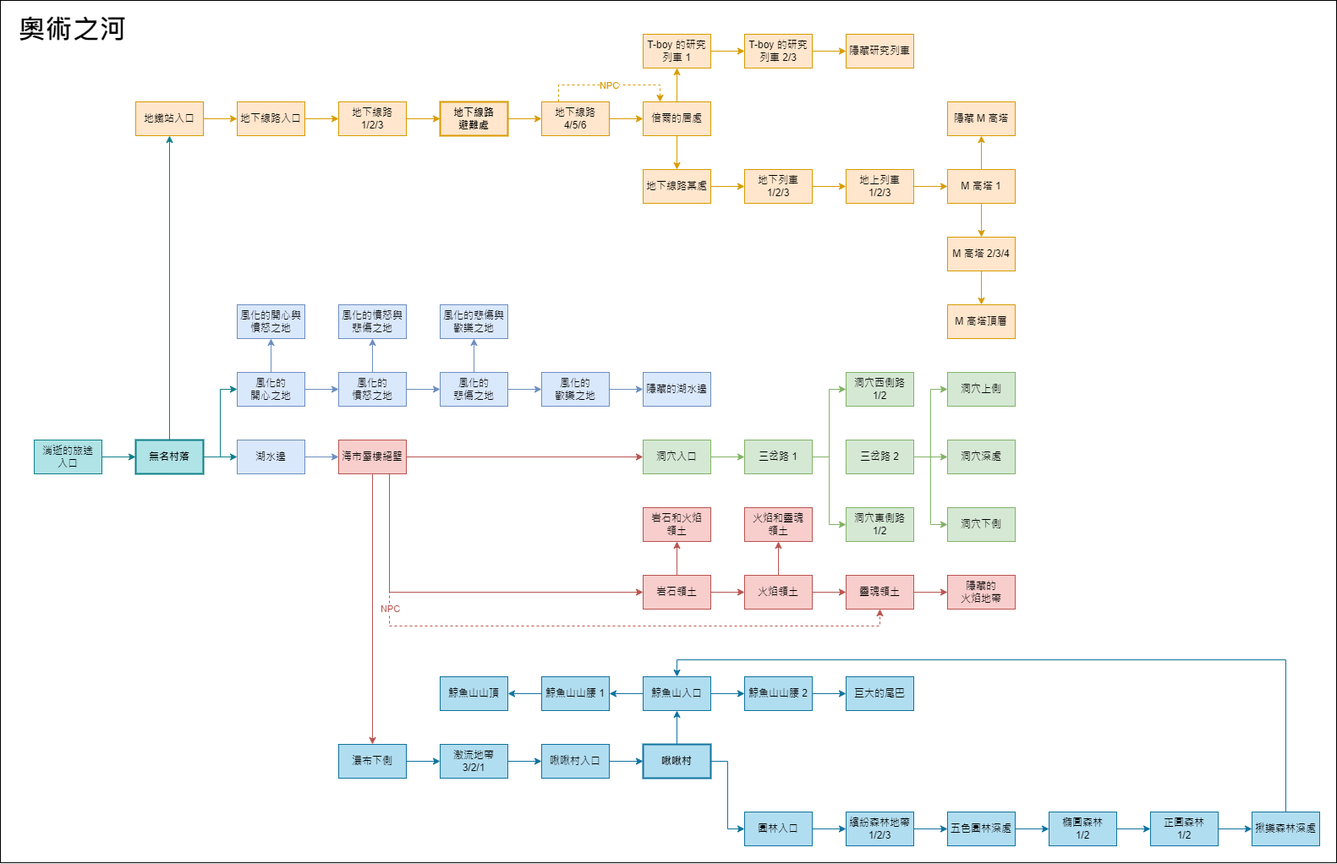
ychsieh95/dms-wiki keeps this draw.io diagram as docs/奧術之河/消失的路途/大地圖/MapleDreams.drawio.png. Above is the earlier version. Source tidied: cells renumbered, new cells last; positions are measured from the earlier drawing's top-left corner, leaving out a move shared by most shapes.
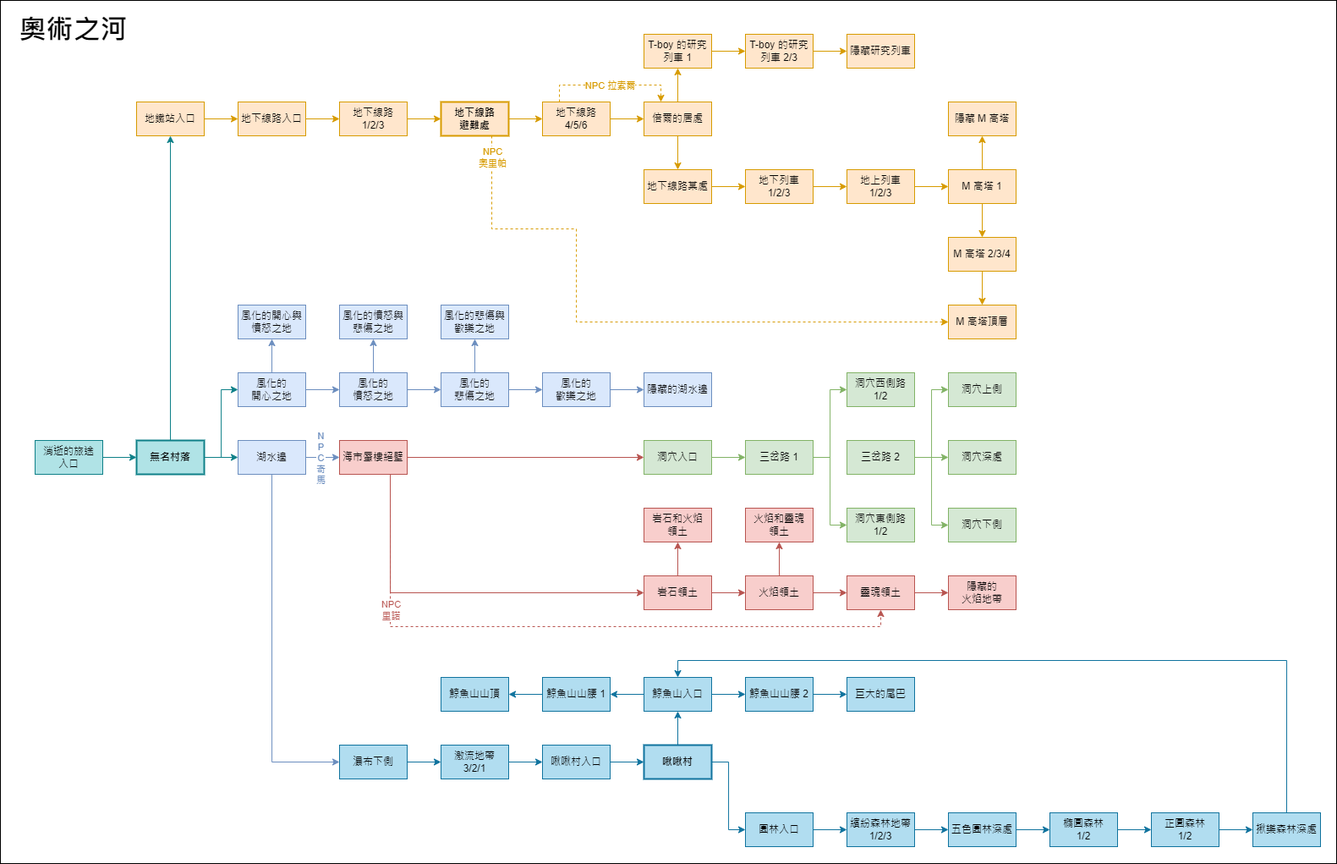
After the commit.

Commit message:
Updated big map of `奧術之河`.

Diff of the diagram source:
```diff
@@ -3,7 +3,7 @@
     <mxCell id="0" />
     <mxCell id="1" parent="0" />
     <mxCell id="2" style="rounded=0;whiteSpace=wrap;html=1;" parent="1" vertex="1">
-      <mxGeometry width="1580" height="1020" as="geometry" />
+      <mxGeometry x="-1" width="1580" height="1020" as="geometry" />
     </mxCell>
     <mxCell id="3" style="edgeStyle=orthogonalEdgeStyle;rounded=0;jettySize=auto;html=1;exitX=1;exitY=0.5;exitDx=0;exitDy=0;entryX=0;entryY=0.5;entryDx=0;entryDy=0;fillColor=#b0e3e6;strokeColor=#0e8088;" parent="1" edge="1" source="4" target="8">
       <mxGeometry relative="1" as="geometry" />
@@ -44,6 +44,18 @@
     <mxCell id="15" style="edgeStyle=orthogonalEdgeStyle;rounded=0;jettySize=auto;html=1;exitX=1;exitY=0.5;exitDx=0;exitDy=0;entryX=0;entryY=0.5;entryDx=0;entryDy=0;fillColor=#ffe6cc;strokeColor=#d79b00;" parent="1" edge="1" source="16" target="20">
       <mxGeometry relative="1" as="geometry" />
     </mxCell>
+    <mxCell id="121" style="edgeStyle=orthogonalEdgeStyle;rounded=0;jettySize=auto;html=1;exitX=0.75;exitY=1;exitDx=0;exitDy=0;entryX=0;entryY=0.5;entryDx=0;entryDy=0;dashed=1;fillColor=#ffe6cc;strokeColor=#d79b00;" parent="1" edge="1" source="16" target="36">
+      <mxGeometry relative="1" as="geometry">
+        <Array as="points">
+          <mxPoint x="580" y="270" />
+          <mxPoint x="680" y="270" />
+          <mxPoint x="680" y="380" />
+        </Array>
+      </mxGeometry>
+    </mxCell>
+    <mxCell id="122" value="NPC&lt;br&gt;奧里帕" style="edgeLabel;html=1;align=center;verticalAlign=middle;fontColor=#D79B00;" parent="121" vertex="1">
+      <mxGeometry x="-0.93" relative="1" as="geometry" />
+    </mxCell>
     <mxCell id="16" value="地下線路&lt;br&gt;避難處" style="rounded=0;whiteSpace=wrap;html=1;fillColor=#ffe6cc;strokeColor=#d79b00;fontStyle=1;strokeWidth=2;" parent="1" vertex="1">
       <mxGeometry x="520" y="120" width="80" height="40" as="geometry" />
     </mxCell>
@@ -53,7 +65,7 @@
     <mxCell id="18" style="edgeStyle=orthogonalEdgeStyle;rounded=0;jettySize=auto;html=1;exitX=0.25;exitY=0;exitDx=0;exitDy=0;entryX=0.25;entryY=0;entryDx=0;entryDy=0;fillColor=#ffe6cc;strokeColor=#d79b00;dashed=1;" parent="1" edge="1" source="20" target="23">
       <mxGeometry relative="1" as="geometry" />
     </mxCell>
-    <mxCell id="19" value="NPC" style="edgeLabel;html=1;align=center;verticalAlign=middle;fontColor=#D79B00;" parent="18" vertex="1">
+    <mxCell id="19" value="NPC 拉索爾" style="edgeLabel;html=1;align=center;verticalAlign=middle;fontColor=#D79B00;" parent="18" vertex="1">
       <mxGeometry x="-0.44" y="-4" relative="1" as="geometry">
         <mxPoint x="35" y="-4" as="offset" />
       </mxGeometry>
@@ -172,6 +184,9 @@
     <mxCell id="57" style="edgeStyle=orthogonalEdgeStyle;rounded=0;jettySize=auto;html=1;exitX=1;exitY=0.5;exitDx=0;exitDy=0;fillColor=#dae8fc;strokeColor=#6c8ebf;" parent="1" edge="1" source="58" target="64">
       <mxGeometry relative="1" as="geometry" />
     </mxCell>
+    <mxCell id="123" value="&lt;div&gt;N&lt;br&gt;&lt;/div&gt;&lt;div&gt;P&lt;/div&gt;&lt;div&gt;C&lt;/div&gt;&lt;div&gt;奇&lt;div&gt;馬&lt;/div&gt;&lt;/div&gt;" style="edgeLabel;html=1;align=center;verticalAlign=middle;fontColor=#6C8EBF;" parent="57" vertex="1">
+      <mxGeometry x="-0.13" relative="1" as="geometry" />
+    </mxCell>
     <mxCell id="58" value="湖水邊" style="rounded=0;whiteSpace=wrap;html=1;fillColor=#dae8fc;strokeColor=#6c8ebf;" parent="1" vertex="1">
       <mxGeometry x="280" y="520" width="80" height="40" as="geometry" />
     </mxCell>
@@ -184,12 +199,12 @@
     <mxCell id="61" style="edgeStyle=orthogonalEdgeStyle;rounded=0;jettySize=auto;html=1;exitX=0.75;exitY=1;exitDx=0;exitDy=0;entryX=0.5;entryY=1;entryDx=0;entryDy=0;fillColor=#f8cecc;strokeColor=#b85450;dashed=1;" parent="1" edge="1" source="64" target="88">
       <mxGeometry relative="1" as="geometry" />
     </mxCell>
-    <mxCell id="62" value="NPC" style="edgeLabel;html=1;align=center;verticalAlign=middle;rotation=0;fontColor=#B85450;" parent="61" vertex="1">
+    <mxCell id="62" value="NPC&lt;div&gt;里諾&lt;/div&gt;" style="edgeLabel;html=1;align=center;verticalAlign=middle;rotation=0;fontColor=#B85450;" parent="61" vertex="1">
       <mxGeometry x="-0.78" y="2" relative="1" as="geometry">
-        <mxPoint x="-2" y="72" as="offset" />
+        <mxPoint x="-2" y="73" as="offset" />
       </mxGeometry>
     </mxCell>
-    <mxCell id="63" style="edgeStyle=orthogonalEdgeStyle;rounded=0;jettySize=auto;html=1;exitX=0.5;exitY=1;exitDx=0;exitDy=0;entryX=0.5;entryY=0;entryDx=0;entryDy=0;fillColor=#f8cecc;strokeColor=#b85450;" parent="1" edge="1" source="64" target="92">
+    <mxCell id="63" style="edgeStyle=orthogonalEdgeStyle;rounded=0;jettySize=auto;html=1;exitX=0.5;exitY=1;exitDx=0;exitDy=0;entryX=0;entryY=0.5;entryDx=0;entryDy=0;fillColor=#dae8fc;strokeColor=#6c8ebf;" parent="1" edge="1" source="58" target="92">
       <mxGeometry relative="1" as="geometry" />
     </mxCell>
     <mxCell id="64" value="海市蜃樓絕壁" style="rounded=0;whiteSpace=wrap;html=1;fillColor=#f8cecc;strokeColor=#b85450;fontSize=12;" parent="1" vertex="1">
```
